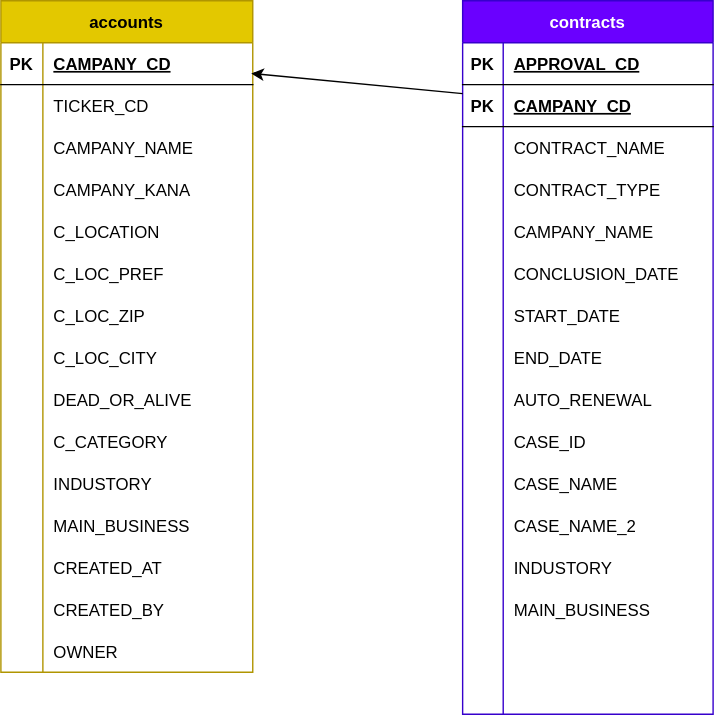
This is fmicrm-er.drawio.svg from dando-charon/st-crm-work, a draw.io export, as it was before one commit. Source tidied: cells renumbered, new cells last; positions are measured from the earlier drawing's top-left corner, leaving out a move shared by most shapes.
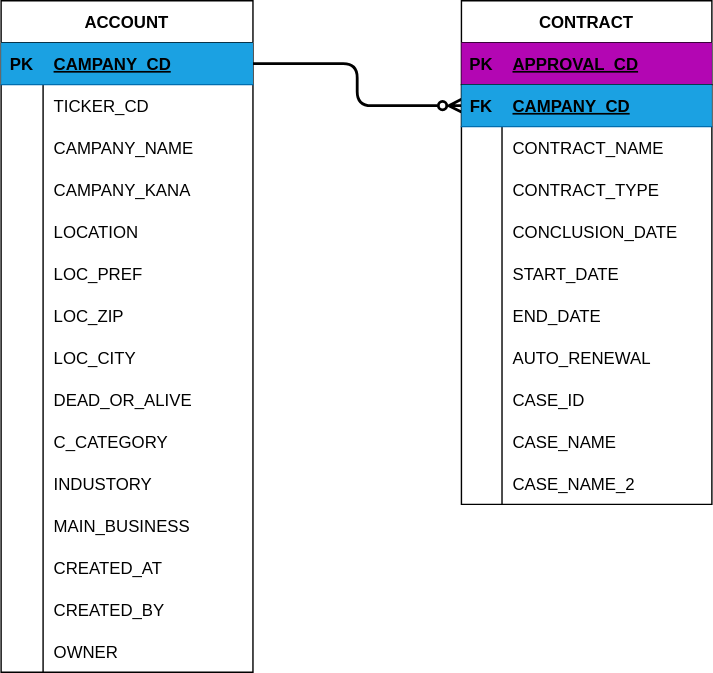
Later version of the same file.

What changed in the source:
```diff
@@ -2,10 +2,13 @@
   <root>
     <mxCell id="0" />
     <mxCell id="1" parent="0" />
+    <mxCell id="98" style="edgeStyle=orthogonalEdgeStyle;html=1;endArrow=ERzeroToMany;endFill=0;strokeWidth=2;exitX=1;exitY=0.5;exitDx=0;exitDy=0;entryX=0;entryY=0.5;entryDx=0;entryDy=0;" parent="1" edge="1" source="3" target="52">
+      <mxGeometry relative="1" as="geometry" />
+    </mxCell>
-    <mxCell id="2" value="accounts" style="shape=table;startSize=30;rowLines=0;fontStyle=1;align=center;fillColor=#e3c800;fontColor=#000000;strokeColor=#B09500;" parent="1" vertex="1">
+    <mxCell id="2" value="ACCOUNT" style="shape=table;startSize=30;rowLines=0;fontStyle=1;align=center;" parent="1" vertex="1">
       <mxGeometry width="180" height="480" as="geometry" />
     </mxCell>
-    <mxCell id="3" style="shape=tableRow;horizontal=0;startSize=0;swimlaneHead=0;swimlaneBody=0;fillColor=none;points=[[0,0.5],[1,0.5]];portConstraint=eastwest;top=0;left=0;right=0;bottom=1;swimlaneFillColor=default;" parent="2" vertex="1">
+    <mxCell id="3" style="shape=tableRow;horizontal=0;startSize=0;swimlaneHead=0;swimlaneBody=0;fillColor=#1ba1e2;points=[[0,0.5],[1,0.5]];portConstraint=eastwest;top=0;left=0;right=0;bottom=1;swimlaneFillColor=#197123;strokeColor=#006EAF;fontColor=#ffffff;" parent="2" vertex="1">
       <mxGeometry y="30" width="180" height="30" as="geometry" />
     </mxCell>
     <mxCell id="4" value="PK" style="shape=partialRectangle;fillColor=none;top=0;left=0;bottom=0;right=0;fontStyle=1;overflow=hidden;" parent="3" vertex="1">
@@ -47,7 +50,7 @@
     <mxCell id="16" style="shape=partialRectangle;fillColor=none;top=0;left=0;bottom=0;right=0;overflow=hidden;" parent="15" vertex="1">
       <mxGeometry width="30" height="30" as="geometry" />
     </mxCell>
-    <mxCell id="17" value="C_LOCATION" style="shape=partialRectangle;fillColor=none;top=0;left=0;bottom=0;right=0;align=left;spacingLeft=6;overflow=hidden;" parent="15" vertex="1">
+    <mxCell id="17" value="LOCATION" style="shape=partialRectangle;fillColor=none;top=0;left=0;bottom=0;right=0;align=left;spacingLeft=6;overflow=hidden;" parent="15" vertex="1">
       <mxGeometry x="30" width="150" height="30" as="geometry" />
     </mxCell>
     <mxCell id="18" style="shape=tableRow;horizontal=0;startSize=0;swimlaneHead=0;swimlaneBody=0;fillColor=none;top=0;left=0;right=0;bottom=0;" parent="2" vertex="1">
@@ -56,7 +59,7 @@
     <mxCell id="19" style="shape=partialRectangle;fillColor=none;top=0;left=0;bottom=0;right=0;overflow=hidden;" parent="18" vertex="1">
       <mxGeometry width="30" height="30" as="geometry" />
     </mxCell>
-    <mxCell id="20" value="C_LOC_PREF" style="shape=partialRectangle;fillColor=none;top=0;left=0;bottom=0;right=0;align=left;spacingLeft=6;overflow=hidden;" parent="18" vertex="1">
+    <mxCell id="20" value="LOC_PREF" style="shape=partialRectangle;fillColor=none;top=0;left=0;bottom=0;right=0;align=left;spacingLeft=6;overflow=hidden;" parent="18" vertex="1">
       <mxGeometry x="30" width="150" height="30" as="geometry" />
     </mxCell>
     <mxCell id="21" style="shape=tableRow;horizontal=0;startSize=0;swimlaneHead=0;swimlaneBody=0;fillColor=none;top=0;left=0;right=0;bottom=0;" parent="2" vertex="1">
@@ -65,7 +68,7 @@
     <mxCell id="22" style="shape=partialRectangle;fillColor=none;top=0;left=0;bottom=0;right=0;overflow=hidden;" parent="21" vertex="1">
       <mxGeometry width="30" height="30" as="geometry" />
     </mxCell>
-    <mxCell id="23" value="C_LOC_ZIP" style="shape=partialRectangle;fillColor=none;top=0;left=0;bottom=0;right=0;align=left;spacingLeft=6;overflow=hidden;" parent="21" vertex="1">
+    <mxCell id="23" value="LOC_ZIP" style="shape=partialRectangle;fillColor=none;top=0;left=0;bottom=0;right=0;align=left;spacingLeft=6;overflow=hidden;" parent="21" vertex="1">
       <mxGeometry x="30" width="150" height="30" as="geometry" />
     </mxCell>
     <mxCell id="24" style="shape=tableRow;horizontal=0;startSize=0;swimlaneHead=0;swimlaneBody=0;fillColor=none;top=0;left=0;right=0;bottom=0;" parent="2" vertex="1">
@@ -74,7 +77,7 @@
     <mxCell id="25" style="shape=partialRectangle;fillColor=none;top=0;left=0;bottom=0;right=0;overflow=hidden;" parent="24" vertex="1">
       <mxGeometry width="30" height="30" as="geometry" />
     </mxCell>
-    <mxCell id="26" value="C_LOC_CITY" style="shape=partialRectangle;fillColor=none;top=0;left=0;bottom=0;right=0;align=left;spacingLeft=6;overflow=hidden;" parent="24" vertex="1">
+    <mxCell id="26" value="LOC_CITY" style="shape=partialRectangle;fillColor=none;top=0;left=0;bottom=0;right=0;align=left;spacingLeft=6;overflow=hidden;" parent="24" vertex="1">
       <mxGeometry x="30" width="150" height="30" as="geometry" />
     </mxCell>
     <mxCell id="27" style="shape=tableRow;horizontal=0;startSize=0;swimlaneHead=0;swimlaneBody=0;fillColor=none;top=0;left=0;right=0;bottom=0;" parent="2" vertex="1">
@@ -140,10 +143,10 @@
     <mxCell id="47" value="OWNER" style="shape=partialRectangle;fillColor=none;top=0;left=0;bottom=0;right=0;align=left;spacingLeft=6;overflow=hidden;" parent="45" vertex="1">
       <mxGeometry x="30" width="150" height="30" as="geometry" />
     </mxCell>
-    <mxCell id="48" value="contracts" style="shape=table;startSize=30;rowLines=0;fontStyle=1;align=center;fillColor=#6a00ff;strokeColor=#3700CC;fontColor=#ffffff;" parent="1" vertex="1">
-      <mxGeometry x="330" width="179" height="510" as="geometry" />
+    <mxCell id="48" value="CONTRACT" style="shape=table;startSize=30;rowLines=0;fontStyle=1;align=center;" parent="1" vertex="1">
+      <mxGeometry x="329" width="179" height="360" as="geometry" />
     </mxCell>
-    <mxCell id="49" style="shape=tableRow;horizontal=0;startSize=0;swimlaneHead=0;swimlaneBody=0;fillColor=none;top=0;left=0;right=0;bottom=1;swimlaneFillColor=default;" parent="48" vertex="1">
+    <mxCell id="49" style="shape=tableRow;horizontal=0;startSize=0;swimlaneHead=0;swimlaneBody=0;fillColor=#B306B3;top=0;left=0;right=0;bottom=1;swimlaneFillColor=#A3FF19;" parent="48" vertex="1">
       <mxGeometry y="30" width="179" height="30" as="geometry" />
     </mxCell>
     <mxCell id="50" value="PK" style="shape=partialRectangle;fillColor=none;top=0;left=0;bottom=0;right=0;fontStyle=1;overflow=hidden;" parent="49" vertex="1">
@@ -152,10 +155,10 @@
     <mxCell id="51" value="APPROVAL_CD" style="shape=partialRectangle;fillColor=none;top=0;left=0;bottom=0;right=0;align=left;spacingLeft=6;fontStyle=5;overflow=hidden;strokeColor=none;" parent="49" vertex="1">
       <mxGeometry x="29" width="150" height="30" as="geometry" />
     </mxCell>
-    <mxCell id="52" style="shape=tableRow;horizontal=0;startSize=0;swimlaneHead=0;swimlaneBody=0;fillColor=none;points=[[0,0.5],[1,0.5]];portConstraint=eastwest;top=0;left=0;right=0;bottom=1;swimlaneFillColor=default;" parent="48" vertex="1">
+    <mxCell id="52" style="shape=tableRow;horizontal=0;startSize=0;swimlaneHead=0;swimlaneBody=0;fillColor=#1ba1e2;points=[[0,0.5],[1,0.5]];portConstraint=eastwest;top=0;left=0;right=0;bottom=1;swimlaneFillColor=default;fontColor=#ffffff;strokeColor=#006EAF;" parent="48" vertex="1">
       <mxGeometry y="60" width="179" height="30" as="geometry" />
     </mxCell>
-    <mxCell id="53" value="PK" style="shape=partialRectangle;fillColor=none;top=0;left=0;bottom=0;right=0;fontStyle=1;overflow=hidden;" parent="52" vertex="1">
+    <mxCell id="53" value="FK" style="shape=partialRectangle;fillColor=none;top=0;left=0;bottom=0;right=0;fontStyle=1;overflow=hidden;" parent="52" vertex="1">
       <mxGeometry width="29" height="30" as="geometry" />
     </mxCell>
     <mxCell id="54" value="CAMPANY_CD" style="shape=partialRectangle;fillColor=none;top=0;left=0;bottom=0;right=0;align=left;spacingLeft=6;fontStyle=5;overflow=hidden;strokeColor=none;" parent="52" vertex="1">
@@ -179,17 +182,8 @@
     <mxCell id="60" value="CONTRACT_TYPE" style="shape=partialRectangle;fillColor=none;top=0;left=0;bottom=0;right=0;align=left;spacingLeft=6;overflow=hidden;" parent="58" vertex="1">
       <mxGeometry x="29" width="150" height="30" as="geometry" />
     </mxCell>
-    <mxCell id="61" style="shape=tableRow;horizontal=0;startSize=0;swimlaneHead=0;swimlaneBody=0;fillColor=none;top=0;left=0;right=0;bottom=0;" parent="48" vertex="1">
-      <mxGeometry y="150" width="179" height="30" as="geometry" />
-    </mxCell>
-    <mxCell id="62" style="shape=partialRectangle;fillColor=none;top=0;left=0;bottom=0;right=0;overflow=hidden;" parent="61" vertex="1">
-      <mxGeometry width="29" height="30" as="geometry" />
-    </mxCell>
-    <mxCell id="63" value="CAMPANY_NAME" style="shape=partialRectangle;fillColor=none;top=0;left=0;bottom=0;right=0;align=left;spacingLeft=6;overflow=hidden;" parent="61" vertex="1">
-      <mxGeometry x="29" width="150" height="30" as="geometry" />
-    </mxCell>
     <mxCell id="64" style="shape=tableRow;horizontal=0;startSize=0;swimlaneHead=0;swimlaneBody=0;fillColor=none;top=0;left=0;right=0;bottom=0;" parent="48" vertex="1">
-      <mxGeometry y="180" width="179" height="30" as="geometry" />
+      <mxGeometry y="150" width="179" height="30" as="geometry" />
     </mxCell>
     <mxCell id="65" style="shape=partialRectangle;fillColor=none;top=0;left=0;bottom=0;right=0;overflow=hidden;" parent="64" vertex="1">
       <mxGeometry width="29" height="30" as="geometry" />
@@ -198,7 +192,7 @@
       <mxGeometry x="29" width="150" height="30" as="geometry" />
     </mxCell>
     <mxCell id="67" style="shape=tableRow;horizontal=0;startSize=0;swimlaneHead=0;swimlaneBody=0;fillColor=none;top=0;left=0;right=0;bottom=0;" parent="48" vertex="1">
-      <mxGeometry y="210" width="179" height="30" as="geometry" />
+      <mxGeometry y="180" width="179" height="30" as="geometry" />
     </mxCell>
     <mxCell id="68" style="shape=partialRectangle;fillColor=none;top=0;left=0;bottom=0;right=0;overflow=hidden;" parent="67" vertex="1">
       <mxGeometry width="29" height="30" as="geometry" />
@@ -207,7 +201,7 @@
       <mxGeometry x="29" width="150" height="30" as="geometry" />
     </mxCell>
     <mxCell id="70" style="shape=tableRow;horizontal=0;startSize=0;swimlaneHead=0;swimlaneBody=0;fillColor=none;top=0;left=0;right=0;bottom=0;" parent="48" vertex="1">
-      <mxGeometry y="240" width="179" height="30" as="geometry" />
+      <mxGeometry y="210" width="179" height="30" as="geometry" />
     </mxCell>
     <mxCell id="71" style="shape=partialRectangle;fillColor=none;top=0;left=0;bottom=0;right=0;overflow=hidden;" parent="70" vertex="1">
       <mxGeometry width="29" height="30" as="geometry" />
@@ -216,7 +210,7 @@
       <mxGeometry x="29" width="150" height="30" as="geometry" />
     </mxCell>
     <mxCell id="73" style="shape=tableRow;horizontal=0;startSize=0;swimlaneHead=0;swimlaneBody=0;fillColor=none;top=0;left=0;right=0;bottom=0;" parent="48" vertex="1">
-      <mxGeometry y="270" width="179" height="30" as="geometry" />
+      <mxGeometry y="240" width="179" height="30" as="geometry" />
     </mxCell>
     <mxCell id="74" style="shape=partialRectangle;fillColor=none;top=0;left=0;bottom=0;right=0;overflow=hidden;" parent="73" vertex="1">
       <mxGeometry width="29" height="30" as="geometry" />
@@ -225,7 +219,7 @@
       <mxGeometry x="29" width="150" height="30" as="geometry" />
     </mxCell>
     <mxCell id="76" style="shape=tableRow;horizontal=0;startSize=0;swimlaneHead=0;swimlaneBody=0;fillColor=none;top=0;left=0;right=0;bottom=0;" parent="48" vertex="1">
-      <mxGeometry y="300" width="179" height="30" as="geometry" />
+      <mxGeometry y="270" width="179" height="30" as="geometry" />
     </mxCell>
     <mxCell id="77" style="shape=partialRectangle;fillColor=none;top=0;left=0;bottom=0;right=0;overflow=hidden;" parent="76" vertex="1">
       <mxGeometry width="29" height="30" as="geometry" />
@@ -234,7 +228,7 @@
       <mxGeometry x="29" width="150" height="30" as="geometry" />
     </mxCell>
     <mxCell id="79" style="shape=tableRow;horizontal=0;startSize=0;swimlaneHead=0;swimlaneBody=0;fillColor=none;top=0;left=0;right=0;bottom=0;" parent="48" vertex="1">
-      <mxGeometry y="330" width="179" height="30" as="geometry" />
+      <mxGeometry y="300" width="179" height="30" as="geometry" />
     </mxCell>
     <mxCell id="80" style="shape=partialRectangle;fillColor=none;top=0;left=0;bottom=0;right=0;overflow=hidden;" parent="79" vertex="1">
       <mxGeometry width="29" height="30" as="geometry" />
@@ -243,7 +237,7 @@
       <mxGeometry x="29" width="150" height="30" as="geometry" />
     </mxCell>
     <mxCell id="82" style="shape=tableRow;horizontal=0;startSize=0;swimlaneHead=0;swimlaneBody=0;fillColor=none;top=0;left=0;right=0;bottom=0;" parent="48" vertex="1">
-      <mxGeometry y="360" width="179" height="30" as="geometry" />
+      <mxGeometry y="330" width="179" height="30" as="geometry" />
     </mxCell>
     <mxCell id="83" style="shape=partialRectangle;fillColor=none;top=0;left=0;bottom=0;right=0;overflow=hidden;" parent="82" vertex="1">
       <mxGeometry width="29" height="30" as="geometry" />
@@ -251,44 +245,5 @@
     <mxCell id="84" value="CASE_NAME_2" style="shape=partialRectangle;fillColor=none;top=0;left=0;bottom=0;right=0;align=left;spacingLeft=6;overflow=hidden;" parent="82" vertex="1">
       <mxGeometry x="29" width="150" height="30" as="geometry" />
     </mxCell>
-    <mxCell id="85" style="shape=tableRow;horizontal=0;startSize=0;swimlaneHead=0;swimlaneBody=0;fillColor=none;top=0;left=0;right=0;bottom=0;" parent="48" vertex="1">
-      <mxGeometry y="390" width="179" height="30" as="geometry" />
-    </mxCell>
-    <mxCell id="86" style="shape=partialRectangle;fillColor=none;top=0;left=0;bottom=0;right=0;overflow=hidden;" parent="85" vertex="1">
-      <mxGeometry width="29" height="30" as="geometry" />
-    </mxCell>
-    <mxCell id="87" value="INDUSTORY" style="shape=partialRectangle;fillColor=none;top=0;left=0;bottom=0;right=0;align=left;spacingLeft=6;overflow=hidden;" parent="85" vertex="1">
-      <mxGeometry x="29" width="150" height="30" as="geometry" />
-    </mxCell>
-    <mxCell id="88" style="shape=tableRow;horizontal=0;startSize=0;swimlaneHead=0;swimlaneBody=0;fillColor=none;top=0;left=0;right=0;bottom=0;" parent="48" vertex="1">
-      <mxGeometry y="420" width="179" height="30" as="geometry" />
-    </mxCell>
-    <mxCell id="89" style="shape=partialRectangle;fillColor=none;top=0;left=0;bottom=0;right=0;overflow=hidden;" parent="88" vertex="1">
-      <mxGeometry width="29" height="30" as="geometry" />
-    </mxCell>
-    <mxCell id="90" value="MAIN_BUSINESS" style="shape=partialRectangle;fillColor=none;top=0;left=0;bottom=0;right=0;align=left;spacingLeft=6;overflow=hidden;" parent="88" vertex="1">
-      <mxGeometry x="29" width="150" height="30" as="geometry" />
-    </mxCell>
-    <mxCell id="91" style="shape=tableRow;horizontal=0;startSize=0;swimlaneHead=0;swimlaneBody=0;fillColor=none;top=0;left=0;right=0;bottom=0;" parent="48" vertex="1">
-      <mxGeometry y="450" width="179" height="30" as="geometry" />
-    </mxCell>
-    <mxCell id="92" style="shape=partialRectangle;fillColor=none;top=0;left=0;bottom=0;right=0;overflow=hidden;" parent="91" vertex="1">
-      <mxGeometry width="29" height="30" as="geometry" />
-    </mxCell>
-    <mxCell id="93" style="shape=partialRectangle;fillColor=none;top=0;left=0;bottom=0;right=0;align=left;spacingLeft=6;overflow=hidden;" parent="91" vertex="1">
-      <mxGeometry x="29" width="150" height="30" as="geometry" />
-    </mxCell>
-    <mxCell id="94" style="shape=tableRow;horizontal=0;startSize=0;swimlaneHead=0;swimlaneBody=0;fillColor=none;top=0;left=0;right=0;bottom=0;" parent="48" vertex="1">
-      <mxGeometry y="480" width="179" height="30" as="geometry" />
-    </mxCell>
-    <mxCell id="95" style="shape=partialRectangle;fillColor=none;top=0;left=0;bottom=0;right=0;overflow=hidden;" parent="94" vertex="1">
-      <mxGeometry width="29" height="30" as="geometry" />
-    </mxCell>
-    <mxCell id="96" style="shape=partialRectangle;fillColor=none;top=0;left=0;bottom=0;right=0;align=left;spacingLeft=6;overflow=hidden;" parent="94" vertex="1">
-      <mxGeometry x="29" width="150" height="30" as="geometry" />
-    </mxCell>
-    <mxCell id="97" style="edgeStyle=none;html=1;entryX=0.994;entryY=0.733;entryDx=0;entryDy=0;entryPerimeter=0;" parent="1" edge="1" source="52" target="3">
-      <mxGeometry relative="1" as="geometry" />
-    </mxCell>
   </root>
 </mxGraphModel>
```
